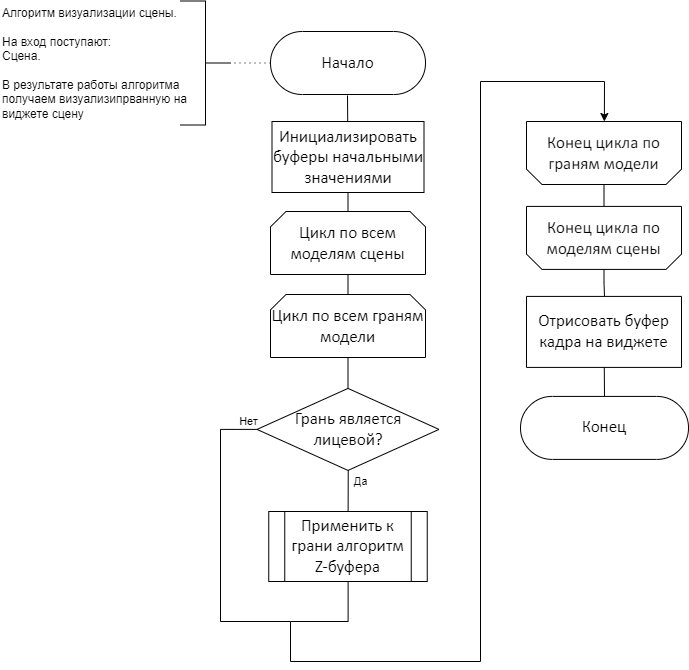
This is docs/tex/inc/img/rendering.png from AcidYurets/CG_course_project, a draw.io export, as it was before one commit. Source tidied: cells renumbered, new cells last; positions are measured from the earlier drawing's top-left corner, leaving out a move shared by most shapes.
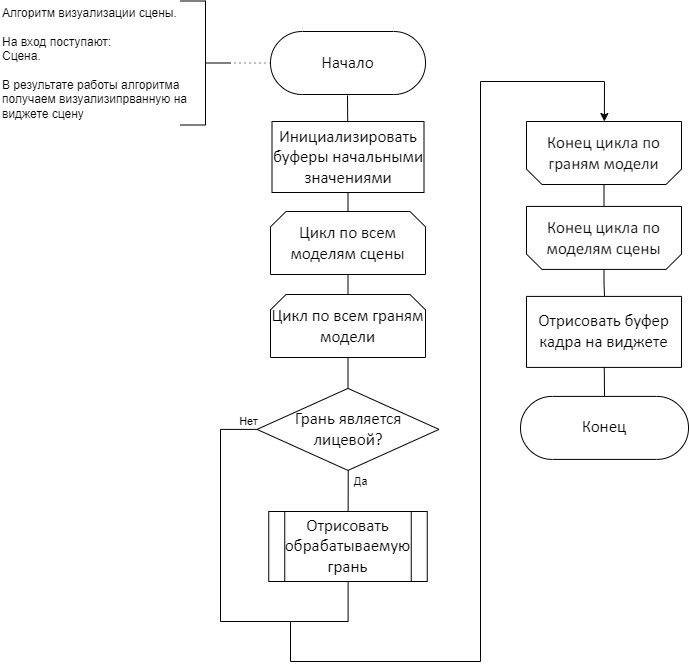
After the change.

What changed in the source:
```diff
@@ -87,7 +87,7 @@
         <mxPoint x="10" y="-9" as="offset" />
       </mxGeometry>
     </mxCell>
-    <mxCell id="23" value="&lt;span style=&quot;font-family: Calibri; font-size: 16.93px;&quot;&gt;Применить к грани алгоритм Z-буфера&lt;/span&gt;" style="shape=process;whiteSpace=wrap;html=1;backgroundOutline=1;" parent="1" vertex="1">
+    <mxCell id="23" value="&lt;span style=&quot;font-family: Calibri; font-size: 16.93px;&quot;&gt;Отрисовать обрабатываемую грань&lt;/span&gt;" style="shape=process;whiteSpace=wrap;html=1;backgroundOutline=1;" parent="1" vertex="1">
       <mxGeometry x="268.2" y="510" width="158.5" height="70" as="geometry" />
     </mxCell>
     <mxCell id="24" value="Соединительная линия" parent="0" />
```
